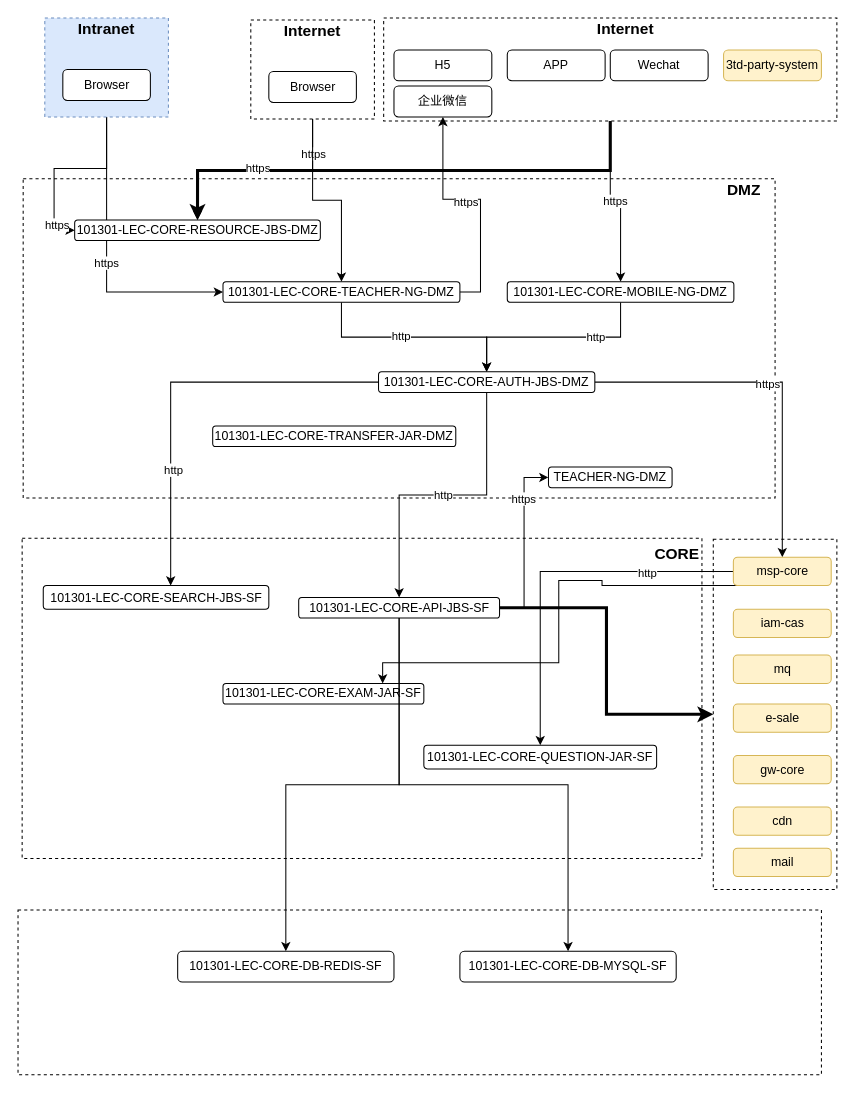
This is page "第 2 页" (2 of 2) of 部署逻辑图.drawio from rainerpiao/cloud-computing, a draw.io file, before an edit. Source tidied: cells renumbered, new cells numbered last; positions are measured from the earlier drawing's top-left corner, leaving out a move shared by most shapes. Both pictures are drawn from the tidied source at 103%, with x=0, y=0 at pixel (18, 18).
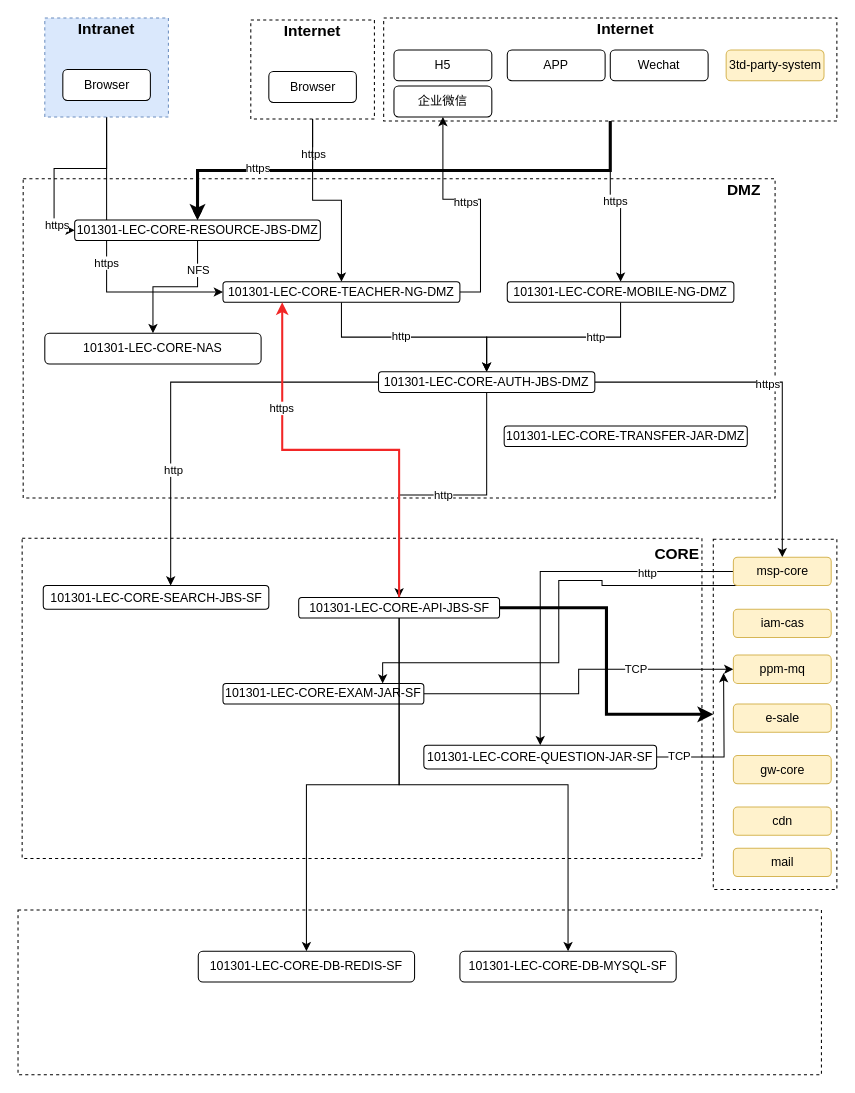
The same page after the edit.

Commit message:
更新部署逻辑图.drawio

The change refers to these unchanged cells:
```xml
<mxCell id="24" value="101301-LEC-CORE-TEACHER-NG-DMZ" style="rounded=1;whiteSpace=wrap;html=1;strokeColor=default;fontFamily=Helvetica;fontSize=12;fontColor=default;fillColor=default;" parent="1" vertex="1">
  <mxGeometry x="199" y="256" width="230" height="20" as="geometry" />
</mxCell>
<mxCell id="35" value="101301-LEC-CORE-EXAM-JAR-SF" style="rounded=1;whiteSpace=wrap;html=1;strokeColor=default;fontFamily=Helvetica;fontSize=12;fontColor=default;fillColor=default;" parent="1" vertex="1">
  <mxGeometry x="199" y="646" width="195" height="20" as="geometry" />
</mxCell>
<mxCell id="43" value="101301-LEC-CORE-API-JBS-SF" style="rounded=1;whiteSpace=wrap;html=1;strokeColor=default;fontFamily=Helvetica;fontSize=12;fontColor=default;fillColor=default;" parent="1" vertex="1">
  <mxGeometry x="272.5" y="562.5" width="195" height="20" as="geometry" />
</mxCell>
<mxCell id="44" value="101301-LEC-CORE-RESOURCE-JBS-DMZ" style="rounded=1;whiteSpace=wrap;html=1;strokeColor=default;fontFamily=Helvetica;fontSize=12;fontColor=default;fillColor=default;" parent="1" vertex="1">
  <mxGeometry x="55" y="196" width="238.5" height="20" as="geometry" />
</mxCell>
<mxCell id="46" value="101301-LEC-CORE-QUESTION-JAR-SF" style="rounded=1;whiteSpace=wrap;html=1;strokeColor=default;fontFamily=Helvetica;fontSize=12;fontColor=default;fillColor=default;" parent="1" vertex="1">
  <mxGeometry x="394" y="706" width="226" height="23" as="geometry" />
</mxCell>
```

The edit, as a diff of the source:
```diff
@@
+    <mxCell id="68" style="edgeStyle=orthogonalEdgeStyle;rounded=0;jettySize=auto;html=1;" parent="1" edge="1" source="35" target="63">
+      <mxGeometry relative="1" as="geometry" />
+    </mxCell>
+    <mxCell id="69" value="TCP" style="edgeLabel;html=1;align=center;verticalAlign=middle;" parent="68" vertex="1">
+      <mxGeometry x="0.41" y="1" relative="1" as="geometry" />
+    </mxCell>
@@
-    <mxCell id="38" style="edgeStyle=orthogonalEdgeStyle;rounded=0;jettySize=auto;html=1;entryX=0;entryY=0.5;entryDx=0;entryDy=0;" parent="1" edge="1" source="43" target="61">
+    <mxCell id="38" style="edgeStyle=orthogonalEdgeStyle;rounded=0;jettySize=auto;html=1;entryX=0.25;entryY=1;entryDx=0;entryDy=0;strokeWidth=2;strokeColor=#f22626;" parent="1" edge="1" source="43" target="24">
       <mxGeometry relative="1" as="geometry" />
     </mxCell>
@@
+    <mxCell id="70" style="edgeStyle=orthogonalEdgeStyle;rounded=0;jettySize=auto;html=1;" parent="1" edge="1" source="44" target="74">
+      <mxGeometry relative="1" as="geometry" />
+    </mxCell>
+    <mxCell id="71" value="NFS" style="edgeLabel;html=1;align=center;verticalAlign=middle;" parent="70" vertex="1">
+      <mxGeometry x="-0.58" relative="1" as="geometry" />
+    </mxCell>
@@
     <mxCell id="45" value="101301-LEC-CORE-TRANSFER-JAR-DMZ" style="rounded=1;whiteSpace=wrap;html=1;strokeColor=default;fontFamily=Helvetica;fontSize=12;fontColor=default;fillColor=default;" parent="1" vertex="1">
-      <mxGeometry x="189" y="396" width="236" height="20" as="geometry" />
+      <mxGeometry x="472" y="396" width="236" height="20" as="geometry" />
     </mxCell>
+    <mxCell id="72" style="edgeStyle=orthogonalEdgeStyle;rounded=0;jettySize=auto;html=1;" parent="1" edge="1" source="46">
+      <mxGeometry relative="1" as="geometry">
+        <mxPoint x="685" y="636" as="targetPoint" />
+      </mxGeometry>
+    </mxCell>
+    <mxCell id="73" value="TCP" style="edgeLabel;html=1;align=center;verticalAlign=middle;" parent="72" vertex="1">
+      <mxGeometry x="-0.71" y="2" relative="1" as="geometry">
+        <mxPoint y="1" as="offset" />
+      </mxGeometry>
+    </mxCell>
@@
     <mxCell id="48" value="3td-party-system" style="rounded=1;whiteSpace=wrap;html=1;strokeColor=#d6b656;fontFamily=Helvetica;fontSize=12;fillColor=#fff2cc;" parent="1" vertex="1">
-      <mxGeometry x="685" y="31" width="95" height="30" as="geometry" />
+      <mxGeometry x="687.5" y="31" width="95" height="30" as="geometry" />
     </mxCell>
@@
-    <mxCell id="61" value="TEACHER-NG-DMZ" style="rounded=1;whiteSpace=wrap;html=1;strokeColor=default;fontFamily=Helvetica;fontSize=12;fontColor=default;fillColor=default;" parent="1" vertex="1">
-      <mxGeometry x="515" y="436" width="120" height="20" as="geometry" />
-    </mxCell>
@@
-    <mxCell id="63" value="mq" style="rounded=1;whiteSpace=wrap;html=1;strokeColor=#d6b656;fontFamily=Helvetica;fontSize=12;fillColor=#fff2cc;" parent="1" vertex="1">
+    <mxCell id="63" value="ppm-mq" style="rounded=1;whiteSpace=wrap;html=1;strokeColor=#d6b656;fontFamily=Helvetica;fontSize=12;fillColor=#fff2cc;" parent="1" vertex="1">
       <mxGeometry x="694.5" y="618.5" width="95" height="27.5" as="geometry" />
     </mxCell>
     <mxCell id="64" value="101301-LEC-CORE-DB-REDIS-SF" style="rounded=1;whiteSpace=wrap;html=1;strokeColor=default;fontFamily=Helvetica;fontSize=12;fontColor=default;fillColor=default;" parent="1" vertex="1">
-      <mxGeometry x="155" y="906" width="210" height="30" as="geometry" />
+      <mxGeometry x="175" y="906" width="210" height="30" as="geometry" />
     </mxCell>
@@
+    <mxCell id="74" value="101301-LEC-CORE-NAS" style="rounded=1;whiteSpace=wrap;html=1;strokeColor=default;fontFamily=Helvetica;fontSize=12;fontColor=default;fillColor=default;" parent="1" vertex="1">
+      <mxGeometry x="26" y="306" width="210" height="30" as="geometry" />
+    </mxCell>
```
